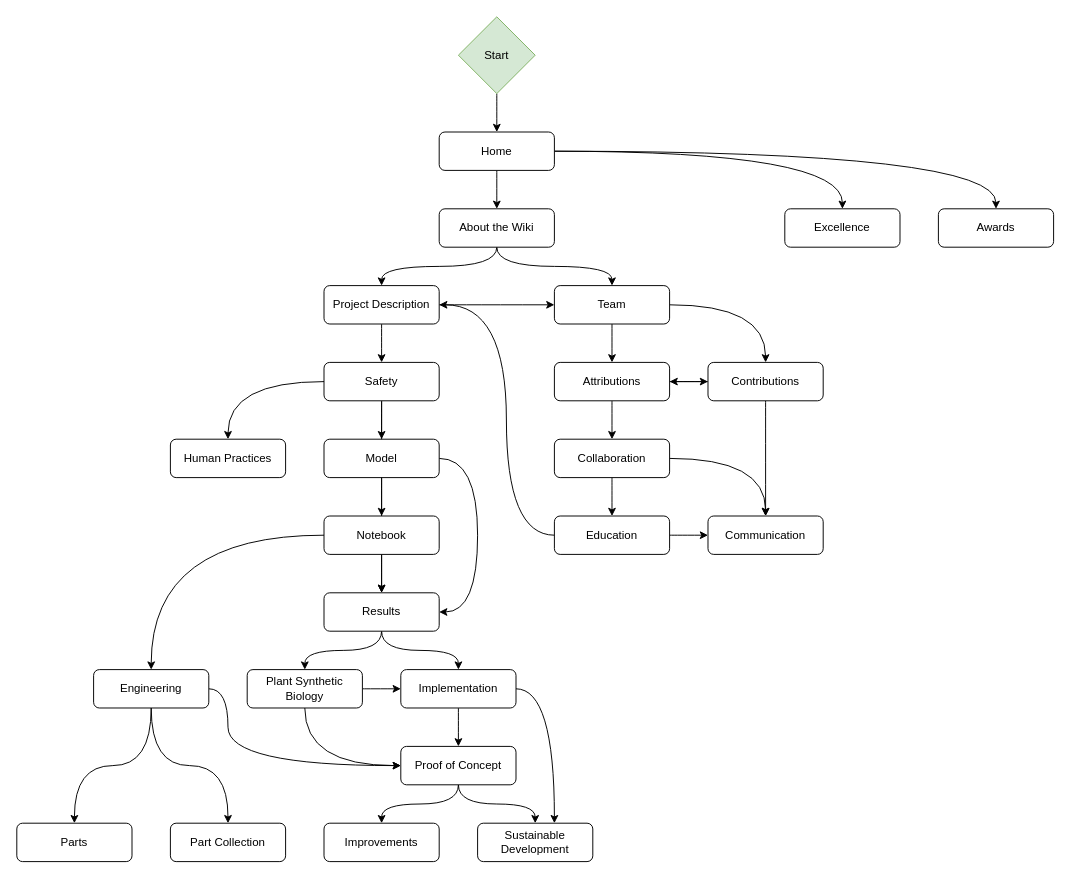
Above: docs/navigation.drawio in Kyle-L/iGEM-2021-Website (draw.io), before the change. Source tidied: cells renumbered, new cells numbered last; positions are measured from the earlier drawing's top-left corner, leaving out a move shared by most shapes. Both pictures are drawn from the tidied source at 96%, with x=0, y=0 at pixel (16, 16).
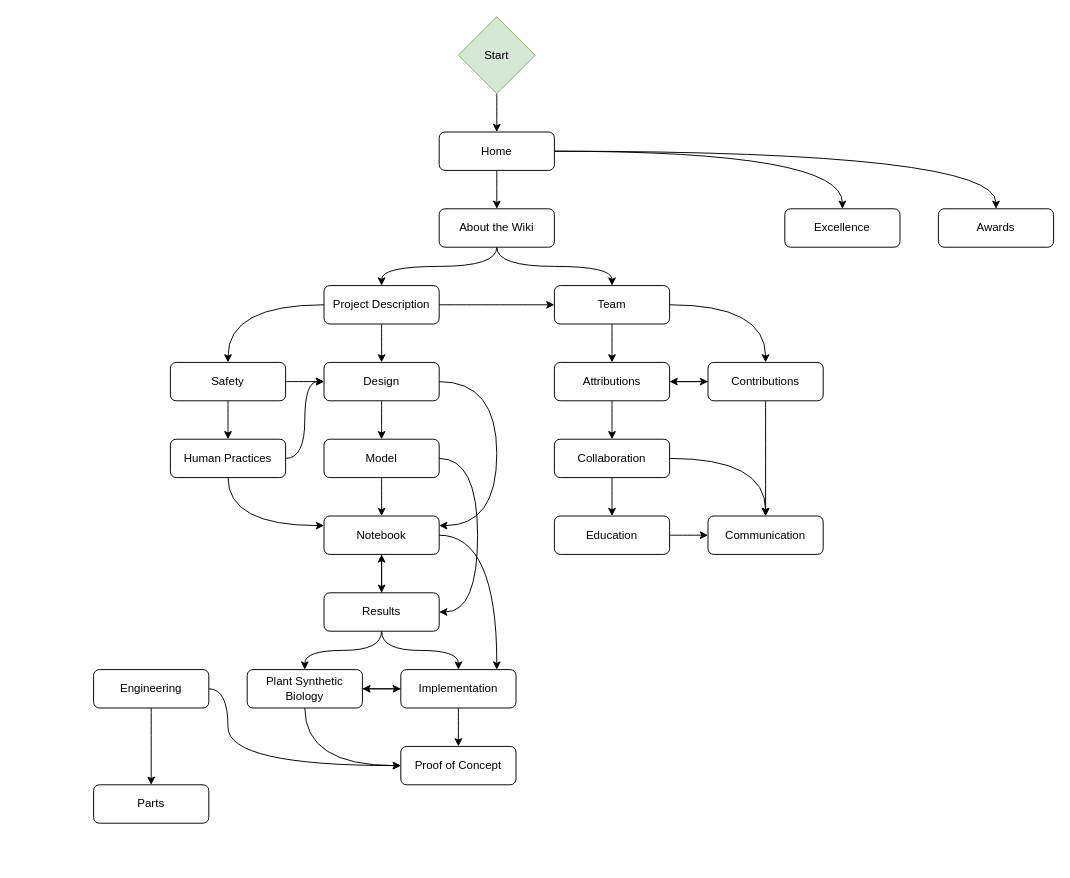
The same page after the edit.

The change refers to these unchanged cells:
```xml
<mxCell id="11" value="Project Description" style="rounded=1;whiteSpace=wrap;html=1;" parent="1" vertex="1">
  <mxGeometry x="320" y="280" width="120" height="40" as="geometry" />
</mxCell>
<mxCell id="14" value="Team" style="rounded=1;whiteSpace=wrap;html=1;" parent="1" vertex="1">
  <mxGeometry x="560" y="280" width="120" height="40" as="geometry" />
</mxCell>
<mxCell id="27" value="Model" style="rounded=1;whiteSpace=wrap;html=1;" parent="1" vertex="1">
  <mxGeometry x="320" y="440" width="120" height="40" as="geometry" />
</mxCell>
<mxCell id="30" value="Notebook" style="rounded=1;whiteSpace=wrap;html=1;" parent="1" vertex="1">
  <mxGeometry x="320" y="520" width="120" height="40" as="geometry" />
</mxCell>
<mxCell id="33" value="Education" style="rounded=1;whiteSpace=wrap;html=1;" parent="1" vertex="1">
  <mxGeometry x="560" y="520" width="120" height="40" as="geometry" />
</mxCell>
<mxCell id="36" value="Implementation" style="rounded=1;whiteSpace=wrap;html=1;" parent="1" vertex="1">
  <mxGeometry x="400" y="680" width="120" height="40" as="geometry" />
</mxCell>
<mxCell id="39" value="Plant Synthetic Biology" style="rounded=1;whiteSpace=wrap;html=1;" parent="1" vertex="1">
  <mxGeometry x="240" y="680" width="120" height="40" as="geometry" />
</mxCell>
<mxCell id="45" value="Results" style="rounded=1;whiteSpace=wrap;html=1;" parent="1" vertex="1">
  <mxGeometry x="320" y="600" width="120" height="40" as="geometry" />
</mxCell>
<mxCell id="48" value="Proof of Concept" style="rounded=1;whiteSpace=wrap;html=1;" parent="1" vertex="1">
  <mxGeometry x="400" y="760" width="120" height="40" as="geometry" />
</mxCell>
<mxCell id="49" value="Human Practices" style="rounded=1;whiteSpace=wrap;html=1;" parent="1" vertex="1">
  <mxGeometry x="160" y="440" width="120" height="40" as="geometry" />
</mxCell>
<mxCell id="55" value="Engineering" style="rounded=1;whiteSpace=wrap;html=1;" parent="1" vertex="1">
  <mxGeometry x="80" y="680" width="120" height="40" as="geometry" />
</mxCell>
```

Diff of the diagram source:
```diff
@@
+    <mxCell id="10" style="edgeStyle=orthogonalEdgeStyle;curved=1;jettySize=auto;html=1;" parent="1" edge="1" source="11" target="14">
+      <mxGeometry relative="1" as="geometry" />
+    </mxCell>
+    <mxCell id="63" style="edgeStyle=orthogonalEdgeStyle;curved=1;jettySize=auto;html=1;" parent="1" edge="1" source="11" target="72">
+      <mxGeometry relative="1" as="geometry" />
+    </mxCell>
@@
-    <mxCell id="10" style="edgeStyle=orthogonalEdgeStyle;curved=1;jettySize=auto;html=1;" parent="1" edge="1" source="11" target="14">
-      <mxGeometry relative="1" as="geometry" />
-    </mxCell>
@@
-    <mxCell id="21" style="edgeStyle=orthogonalEdgeStyle;curved=1;jettySize=auto;html=1;" parent="1" edge="1" source="24" target="27">
-      <mxGeometry relative="1" as="geometry" />
-    </mxCell>
-    <mxCell id="22" style="edgeStyle=orthogonalEdgeStyle;curved=1;jettySize=auto;html=1;" parent="1" edge="1" source="24" target="45">
-      <mxGeometry relative="1" as="geometry" />
-    </mxCell>
@@
+    <mxCell id="64" style="edgeStyle=orthogonalEdgeStyle;curved=1;jettySize=auto;html=1;" parent="1" edge="1" source="24" target="72">
+      <mxGeometry relative="1" as="geometry" />
+    </mxCell>
     <mxCell id="24" value="Safety" style="rounded=1;whiteSpace=wrap;html=1;" parent="1" vertex="1">
-      <mxGeometry x="320" y="360" width="120" height="40" as="geometry" />
+      <mxGeometry x="160" y="360" width="120" height="40" as="geometry" />
     </mxCell>
@@
-    <mxCell id="29" style="edgeStyle=orthogonalEdgeStyle;curved=1;jettySize=auto;html=1;" parent="1" edge="1" source="30" target="55">
-      <mxGeometry relative="1" as="geometry" />
-    </mxCell>
+    <mxCell id="65" style="edgeStyle=orthogonalEdgeStyle;curved=1;jettySize=auto;html=1;" parent="1" edge="1" source="30" target="36">
+      <mxGeometry relative="1" as="geometry">
+        <Array as="points">
+          <mxPoint x="500" y="540" />
+        </Array>
+      </mxGeometry>
+    </mxCell>
@@
-    <mxCell id="32" style="edgeStyle=orthogonalEdgeStyle;curved=1;jettySize=auto;html=1;" parent="1" edge="1" source="33" target="11">
-      <mxGeometry relative="1" as="geometry">
-        <Array as="points">
-          <mxPoint x="510" y="540" />
-          <mxPoint x="510" y="300" />
-        </Array>
-      </mxGeometry>
-    </mxCell>
@@
-    <mxCell id="35" style="edgeStyle=orthogonalEdgeStyle;curved=1;jettySize=auto;html=1;" parent="1" edge="1" source="36" target="59">
-      <mxGeometry relative="1" as="geometry">
-        <Array as="points">
-          <mxPoint x="560" y="700" />
-        </Array>
-      </mxGeometry>
-    </mxCell>
+    <mxCell id="66" style="edgeStyle=orthogonalEdgeStyle;curved=1;jettySize=auto;html=1;" parent="1" edge="1" source="36" target="39">
+      <mxGeometry relative="1" as="geometry" />
+    </mxCell>
@@
+    <mxCell id="67" style="edgeStyle=orthogonalEdgeStyle;curved=1;jettySize=auto;html=1;" parent="1" edge="1" source="45" target="30">
+      <mxGeometry relative="1" as="geometry" />
+    </mxCell>
@@
-    <mxCell id="46" style="edgeStyle=orthogonalEdgeStyle;curved=1;jettySize=auto;html=1;" parent="1" edge="1" source="48" target="59">
-      <mxGeometry relative="1" as="geometry" />
-    </mxCell>
-    <mxCell id="47" style="edgeStyle=orthogonalEdgeStyle;curved=1;jettySize=auto;html=1;" parent="1" edge="1" source="48" target="56">
-      <mxGeometry relative="1" as="geometry" />
-    </mxCell>
@@
+    <mxCell id="68" style="edgeStyle=orthogonalEdgeStyle;curved=1;jettySize=auto;html=1;" parent="1" edge="1" source="49" target="72">
+      <mxGeometry relative="1" as="geometry">
+        <Array as="points">
+          <mxPoint x="300" y="460" />
+          <mxPoint x="300" y="380" />
+        </Array>
+      </mxGeometry>
+    </mxCell>
+    <mxCell id="69" style="edgeStyle=orthogonalEdgeStyle;curved=1;jettySize=auto;html=1;" parent="1" edge="1" source="49" target="30">
+      <mxGeometry relative="1" as="geometry">
+        <Array as="points">
+          <mxPoint x="220" y="530" />
+        </Array>
+      </mxGeometry>
+    </mxCell>
@@
-    <mxCell id="54" style="edgeStyle=orthogonalEdgeStyle;curved=1;jettySize=auto;html=1;" parent="1" edge="1" source="55" target="62">
-      <mxGeometry relative="1" as="geometry" />
-    </mxCell>
@@
-    <mxCell id="56" value="Improvements" style="rounded=1;whiteSpace=wrap;html=1;" parent="1" vertex="1">
-      <mxGeometry x="320" y="840" width="120" height="40" as="geometry" />
-    </mxCell>
@@
-    <mxCell id="59" value="Sustainable Development" style="rounded=1;whiteSpace=wrap;html=1;" parent="1" vertex="1">
-      <mxGeometry x="480" y="840" width="120" height="40" as="geometry" />
-    </mxCell>
@@
     <mxCell id="61" value="Parts" style="rounded=1;whiteSpace=wrap;html=1;" parent="1" vertex="1">
-      <mxGeometry y="840" width="120" height="40" as="geometry" />
+      <mxGeometry x="80" y="800" width="120" height="40" as="geometry" />
     </mxCell>
-    <mxCell id="62" value="Part Collection" style="rounded=1;whiteSpace=wrap;html=1;" parent="1" vertex="1">
-      <mxGeometry x="160" y="840" width="120" height="40" as="geometry" />
-    </mxCell>
+    <mxCell id="70" style="edgeStyle=orthogonalEdgeStyle;curved=1;jettySize=auto;html=1;" parent="1" edge="1" source="72" target="27">
+      <mxGeometry relative="1" as="geometry" />
+    </mxCell>
+    <mxCell id="71" style="edgeStyle=orthogonalEdgeStyle;curved=1;jettySize=auto;html=1;" parent="1" edge="1" source="72" target="30">
+      <mxGeometry relative="1" as="geometry">
+        <Array as="points">
+          <mxPoint x="500" y="380" />
+          <mxPoint x="500" y="530" />
+        </Array>
+      </mxGeometry>
+    </mxCell>
+    <mxCell id="72" value="Design" style="rounded=1;whiteSpace=wrap;html=1;" parent="1" vertex="1">
+      <mxGeometry x="320" y="360" width="120" height="40" as="geometry" />
+    </mxCell>
```
